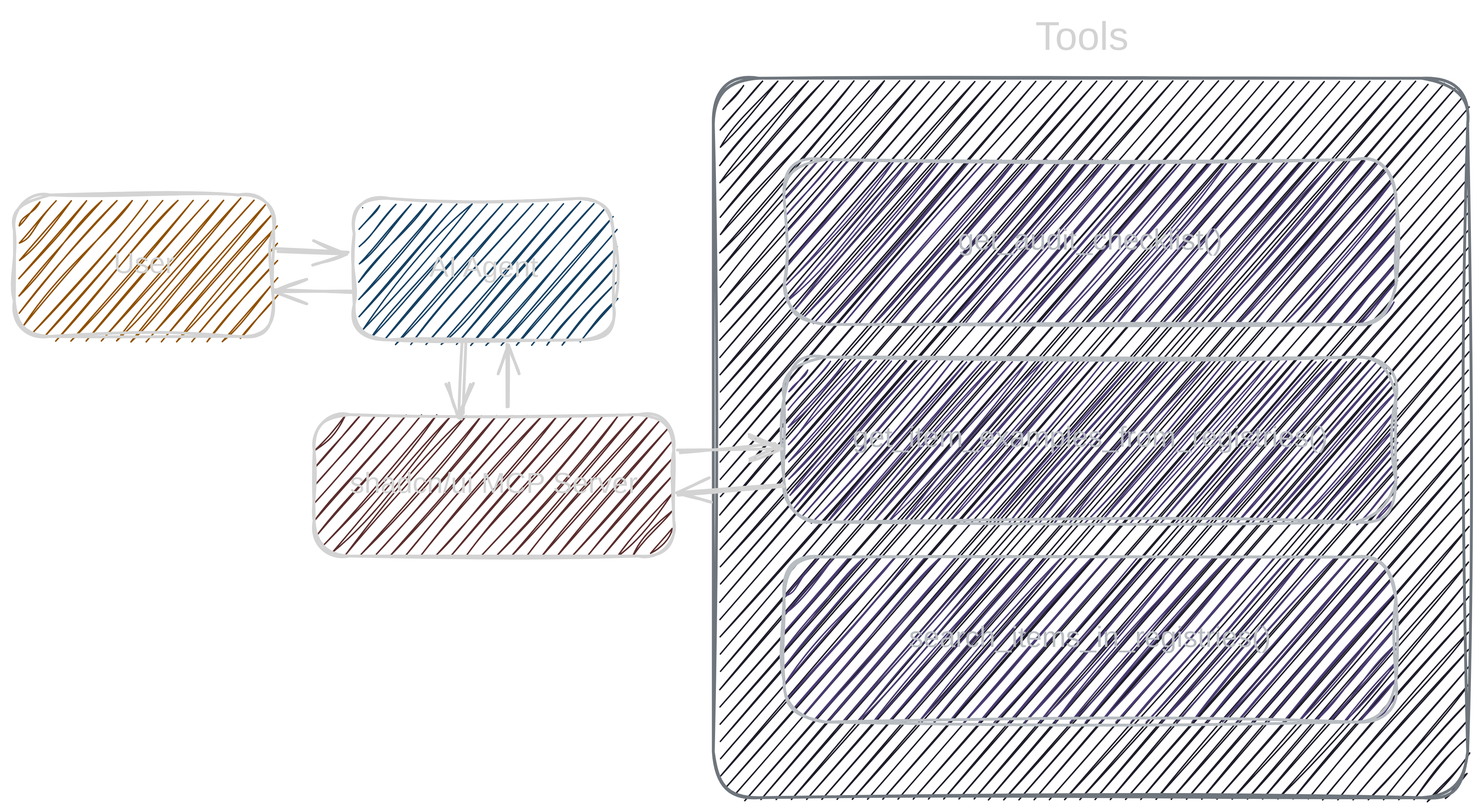
This is docs/assets/img/mcp.excalidraw.svg from karutt/ai_dev_tutorial_for_frontend, a Excalidraw export, as it was before one commit. Source tidied: one line per element, renumbered; positions are measured from the earlier drawing's top-left corner, leaving out a move shared by most shapes. Source of this version:
```json
{"id": 0, "type": "rectangle", "strokeColor": "#868e96", "backgroundColor": "#f3f0ff", "fillStyle": "hachure", "strokeWidth": 2, "roughness": 2, "round": true, "x": 488, "y": 45, "width": 526, "height": 502}
{"id": 1, "type": "rectangle", "strokeColor": "#1e1e1e", "backgroundColor": "#ffc9c9", "fillStyle": "hachure", "strokeWidth": 2, "roughness": 2, "round": true, "x": 209, "y": 279, "width": 251, "height": 99}
{"id": 2, "type": "text", "text": "shadcn/ui MCP Server", "strokeColor": "#1e1e1e", "strokeWidth": 2, "roughness": 1, "fontSize": 20, "fontFamily": 5, "textAlign": "center", "verticalAlign": "middle", "inside": 1, "x": 229, "y": 316, "width": 212, "height": 25}
{"id": 3, "type": "rectangle", "strokeColor": "#1e1e1e", "backgroundColor": "#a5d8ff", "fillStyle": "hachure", "strokeWidth": 2, "roughness": 2, "round": true, "x": 237, "y": 128, "width": 181, "height": 99}
{"id": 4, "type": "text", "text": "AI Agent", "strokeColor": "#1e1e1e", "strokeWidth": 2, "roughness": 1, "fontSize": 20, "fontFamily": 5, "textAlign": "center", "verticalAlign": "middle", "inside": 3, "x": 283, "y": 165, "width": 89, "height": 25}
{"id": 5, "type": "rectangle", "strokeColor": "#343a40", "backgroundColor": "#d0bfff", "fillStyle": "hachure", "strokeWidth": 2, "roughness": 2, "round": true, "x": 537, "y": 239, "width": 427, "height": 115}
{"id": 6, "type": "text", "text": "get_item_examples_from_registries()", "strokeColor": "#343a40", "strokeWidth": 2, "roughness": 1, "fontSize": 20, "fontFamily": 5, "textAlign": "center", "verticalAlign": "middle", "inside": 5, "x": 570, "y": 284, "width": 362, "height": 25}
{"id": 7, "type": "arrow", "strokeColor": "#1e1e1e", "backgroundColor": "#e9ecef", "fillStyle": "hachure", "strokeWidth": 2, "roughness": 2, "endArrowhead": "arrow", "round": true, "from": 3, "to": 1, "x": 313, "y": 228, "width": 1, "height": 51, "points": [[0, 0], [1, 51]]}
{"id": 8, "type": "rectangle", "strokeColor": "#343a40", "backgroundColor": "#d0bfff", "fillStyle": "hachure", "strokeWidth": 2, "roughness": 2, "round": true, "x": 537, "y": 101, "width": 427, "height": 115}
{"id": 9, "type": "text", "text": "get_audit_checklist()", "strokeColor": "#343a40", "strokeWidth": 2, "roughness": 1, "fontSize": 20, "fontFamily": 5, "textAlign": "center", "verticalAlign": "middle", "inside": 8, "x": 645, "y": 146, "width": 211, "height": 25}
{"id": 10, "type": "rectangle", "strokeColor": "#343a40", "backgroundColor": "#d0bfff", "fillStyle": "hachure", "strokeWidth": 2, "roughness": 2, "round": true, "x": 537, "y": 379, "width": 427, "height": 115}
{"id": 11, "type": "text", "text": "search_items_in_registries()", "strokeColor": "#343a40", "strokeWidth": 2, "roughness": 1, "fontSize": 20, "fontFamily": 5, "textAlign": "center", "verticalAlign": "middle", "inside": 10, "x": 612, "y": 424, "width": 278, "height": 25}
{"id": 12, "type": "arrow", "strokeColor": "#1e1e1e", "backgroundColor": "#e9ecef", "fillStyle": "hachure", "strokeWidth": 2, "roughness": 2, "endArrowhead": "arrow", "round": true, "from": 1, "to": 5, "x": 462, "y": 305, "width": 71, "height": 5, "points": [[0, 0], [71, -5]]}
{"id": 13, "type": "text", "text": "Tools", "strokeColor": "#1e1e1e", "backgroundColor": "#e9ecef", "fillStyle": "hachure", "strokeWidth": 2, "roughness": 1, "fontSize": 28, "fontFamily": 5, "x": 713, "y": 0, "width": 77, "height": 35}
{"id": 14, "type": "rectangle", "strokeColor": "#1e1e1e", "backgroundColor": "#fab005", "fillStyle": "hachure", "strokeWidth": 2, "roughness": 2, "round": true, "x": 0, "y": 126, "width": 181, "height": 99}
{"id": 15, "type": "text", "text": "User", "strokeColor": "#1e1e1e", "strokeWidth": 2, "roughness": 1, "fontSize": 20, "fontFamily": 5, "textAlign": "center", "verticalAlign": "middle", "inside": 14, "x": 68, "y": 163, "width": 44, "height": 25}
{"id": 16, "type": "arrow", "strokeColor": "#1e1e1e", "backgroundColor": "#ffc9c9", "fillStyle": "hachure", "strokeWidth": 2, "roughness": 1, "endArrowhead": "arrow", "round": true, "from": 14, "to": 3, "x": 183, "y": 164, "width": 50, "height": 2, "points": [[0, 0], [50, 2]]}
{"id": 17, "type": "arrow", "strokeColor": "#1e1e1e", "backgroundColor": "#ffc9c9", "fillStyle": "hachure", "strokeWidth": 2, "roughness": 1, "endArrowhead": "arrow", "round": true, "from": 3, "to": 14, "x": 236, "y": 194, "width": 54, "height": 1, "points": [[0, 0], [-54, -1]]}
{"id": 18, "type": "arrow", "strokeColor": "#1e1e1e", "backgroundColor": "#fab005", "fillStyle": "hachure", "strokeWidth": 2, "roughness": 1, "endArrowhead": "arrow", "round": true, "from": 1, "to": 3, "x": 344, "y": 274, "width": 0, "height": 43, "points": [[0, 0], [0, -43]]}
{"id": 19, "type": "arrow", "strokeColor": "#1e1e1e", "backgroundColor": "#fab005", "fillStyle": "hachure", "strokeWidth": 2, "roughness": 1, "endArrowhead": "arrow", "round": true, "from": 5, "to": 1, "x": 536, "y": 330, "width": 73, "height": 5, "points": [[0, 0], [-73, 5]]}
```
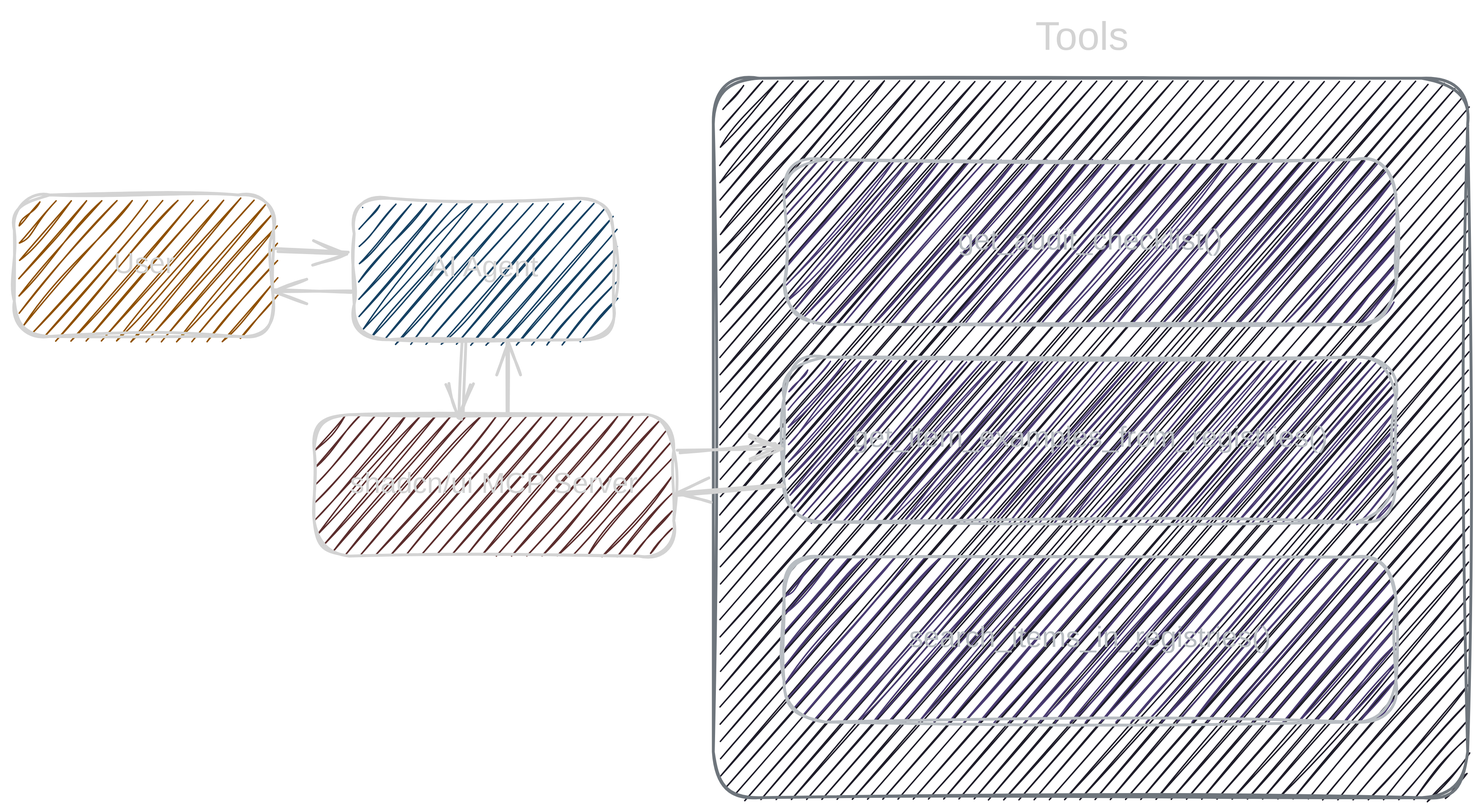
After the commit.

Commit message:
Update documentation for server setup and OpenAPI definition

What changed in the source:
```diff
@@ -1,20 +1,20 @@
 {"id": 0, "type": "rectangle", "strokeColor": "#868e96", "backgroundColor": "#f3f0ff", "fillStyle": "hachure", "strokeWidth": 2, "roughness": 2, "round": true, "x": 488, "y": 45, "width": 526, "height": 502}
-{"id": 1, "type": "rectangle", "strokeColor": "#1e1e1e", "backgroundColor": "#ffc9c9", "fillStyle": "hachure", "strokeWidth": 2, "roughness": 2, "round": true, "x": 209, "y": 279, "width": 251, "height": 99}
+{"id": 20, "type": "rectangle", "strokeColor": "#1e1e1e", "backgroundColor": "#ffc9c9", "fillStyle": "hachure", "strokeWidth": 2, "roughness": 2, "round": true, "x": 209, "y": 279, "width": 251, "height": 99}
-{"id": 2, "type": "text", "text": "shadcn/ui MCP Server", "strokeColor": "#1e1e1e", "strokeWidth": 2, "roughness": 1, "fontSize": 20, "fontFamily": 5, "textAlign": "center", "verticalAlign": "middle", "inside": 1, "x": 229, "y": 316, "width": 212, "height": 25}
+{"id": 2, "type": "text", "text": "shadcn/ui MCP Server", "strokeColor": "#1e1e1e", "strokeWidth": 2, "roughness": 1, "fontSize": 20, "fontFamily": 5, "textAlign": "center", "verticalAlign": "middle", "inside": 20, "x": 229, "y": 316, "width": 212, "height": 25}
 {"id": 3, "type": "rectangle", "strokeColor": "#1e1e1e", "backgroundColor": "#a5d8ff", "fillStyle": "hachure", "strokeWidth": 2, "roughness": 2, "round": true, "x": 237, "y": 128, "width": 181, "height": 99}
 {"id": 4, "type": "text", "text": "AI Agent", "strokeColor": "#1e1e1e", "strokeWidth": 2, "roughness": 1, "fontSize": 20, "fontFamily": 5, "textAlign": "center", "verticalAlign": "middle", "inside": 3, "x": 283, "y": 165, "width": 89, "height": 25}
 {"id": 5, "type": "rectangle", "strokeColor": "#343a40", "backgroundColor": "#d0bfff", "fillStyle": "hachure", "strokeWidth": 2, "roughness": 2, "round": true, "x": 537, "y": 239, "width": 427, "height": 115}
 {"id": 6, "type": "text", "text": "get_item_examples_from_registries()", "strokeColor": "#343a40", "strokeWidth": 2, "roughness": 1, "fontSize": 20, "fontFamily": 5, "textAlign": "center", "verticalAlign": "middle", "inside": 5, "x": 570, "y": 284, "width": 362, "height": 25}
-{"id": 7, "type": "arrow", "strokeColor": "#1e1e1e", "backgroundColor": "#e9ecef", "fillStyle": "hachure", "strokeWidth": 2, "roughness": 2, "endArrowhead": "arrow", "round": true, "from": 3, "to": 1, "x": 313, "y": 228, "width": 1, "height": 51, "points": [[0, 0], [1, 51]]}
+{"id": 7, "type": "arrow", "strokeColor": "#1e1e1e", "backgroundColor": "#e9ecef", "fillStyle": "hachure", "strokeWidth": 2, "roughness": 2, "endArrowhead": "arrow", "round": true, "from": 3, "to": 20, "x": 313, "y": 228, "width": 1, "height": 52, "points": [[0, 0], [1, 52]]}
 {"id": 8, "type": "rectangle", "strokeColor": "#343a40", "backgroundColor": "#d0bfff", "fillStyle": "hachure", "strokeWidth": 2, "roughness": 2, "round": true, "x": 537, "y": 101, "width": 427, "height": 115}
 {"id": 9, "type": "text", "text": "get_audit_checklist()", "strokeColor": "#343a40", "strokeWidth": 2, "roughness": 1, "fontSize": 20, "fontFamily": 5, "textAlign": "center", "verticalAlign": "middle", "inside": 8, "x": 645, "y": 146, "width": 211, "height": 25}
 {"id": 10, "type": "rectangle", "strokeColor": "#343a40", "backgroundColor": "#d0bfff", "fillStyle": "hachure", "strokeWidth": 2, "roughness": 2, "round": true, "x": 537, "y": 379, "width": 427, "height": 115}
 {"id": 11, "type": "text", "text": "search_items_in_registries()", "strokeColor": "#343a40", "strokeWidth": 2, "roughness": 1, "fontSize": 20, "fontFamily": 5, "textAlign": "center", "verticalAlign": "middle", "inside": 10, "x": 612, "y": 424, "width": 278, "height": 25}
-{"id": 12, "type": "arrow", "strokeColor": "#1e1e1e", "backgroundColor": "#e9ecef", "fillStyle": "hachure", "strokeWidth": 2, "roughness": 2, "endArrowhead": "arrow", "round": true, "from": 1, "to": 5, "x": 462, "y": 305, "width": 71, "height": 5, "points": [[0, 0], [71, -5]]}
+{"id": 12, "type": "arrow", "strokeColor": "#1e1e1e", "backgroundColor": "#e9ecef", "fillStyle": "hachure", "strokeWidth": 2, "roughness": 2, "endArrowhead": "arrow", "round": true, "from": 20, "to": 5, "x": 462, "y": 305, "width": 72, "height": 5, "points": [[0, 0], [72, -5]]}
 {"id": 13, "type": "text", "text": "Tools", "strokeColor": "#1e1e1e", "backgroundColor": "#e9ecef", "fillStyle": "hachure", "strokeWidth": 2, "roughness": 1, "fontSize": 28, "fontFamily": 5, "x": 713, "y": 0, "width": 77, "height": 35}
 {"id": 14, "type": "rectangle", "strokeColor": "#1e1e1e", "backgroundColor": "#fab005", "fillStyle": "hachure", "strokeWidth": 2, "roughness": 2, "round": true, "x": 0, "y": 126, "width": 181, "height": 99}
 {"id": 15, "type": "text", "text": "User", "strokeColor": "#1e1e1e", "strokeWidth": 2, "roughness": 1, "fontSize": 20, "fontFamily": 5, "textAlign": "center", "verticalAlign": "middle", "inside": 14, "x": 68, "y": 163, "width": 44, "height": 25}
 {"id": 16, "type": "arrow", "strokeColor": "#1e1e1e", "backgroundColor": "#ffc9c9", "fillStyle": "hachure", "strokeWidth": 2, "roughness": 1, "endArrowhead": "arrow", "round": true, "from": 14, "to": 3, "x": 183, "y": 164, "width": 50, "height": 2, "points": [[0, 0], [50, 2]]}
 {"id": 17, "type": "arrow", "strokeColor": "#1e1e1e", "backgroundColor": "#ffc9c9", "fillStyle": "hachure", "strokeWidth": 2, "roughness": 1, "endArrowhead": "arrow", "round": true, "from": 3, "to": 14, "x": 236, "y": 194, "width": 54, "height": 1, "points": [[0, 0], [-54, -1]]}
-{"id": 18, "type": "arrow", "strokeColor": "#1e1e1e", "backgroundColor": "#fab005", "fillStyle": "hachure", "strokeWidth": 2, "roughness": 1, "endArrowhead": "arrow", "round": true, "from": 1, "to": 3, "x": 344, "y": 274, "width": 0, "height": 43, "points": [[0, 0], [0, -43]]}
+{"id": 18, "type": "arrow", "strokeColor": "#1e1e1e", "backgroundColor": "#fab005", "fillStyle": "hachure", "strokeWidth": 2, "roughness": 1, "endArrowhead": "arrow", "round": true, "from": 20, "to": 3, "x": 344, "y": 277, "width": 0, "height": 49, "points": [[0, 0], [0, -49]]}
-{"id": 19, "type": "arrow", "strokeColor": "#1e1e1e", "backgroundColor": "#fab005", "fillStyle": "hachure", "strokeWidth": 2, "roughness": 1, "endArrowhead": "arrow", "round": true, "from": 5, "to": 1, "x": 536, "y": 330, "width": 73, "height": 5, "points": [[0, 0], [-73, 5]]}
+{"id": 19, "type": "arrow", "strokeColor": "#1e1e1e", "backgroundColor": "#fab005", "fillStyle": "hachure", "strokeWidth": 2, "roughness": 1, "endArrowhead": "arrow", "round": true, "from": 5, "to": 20, "x": 536, "y": 330, "width": 73, "height": 5, "points": [[0, 0], [-73, 5]]}
```
